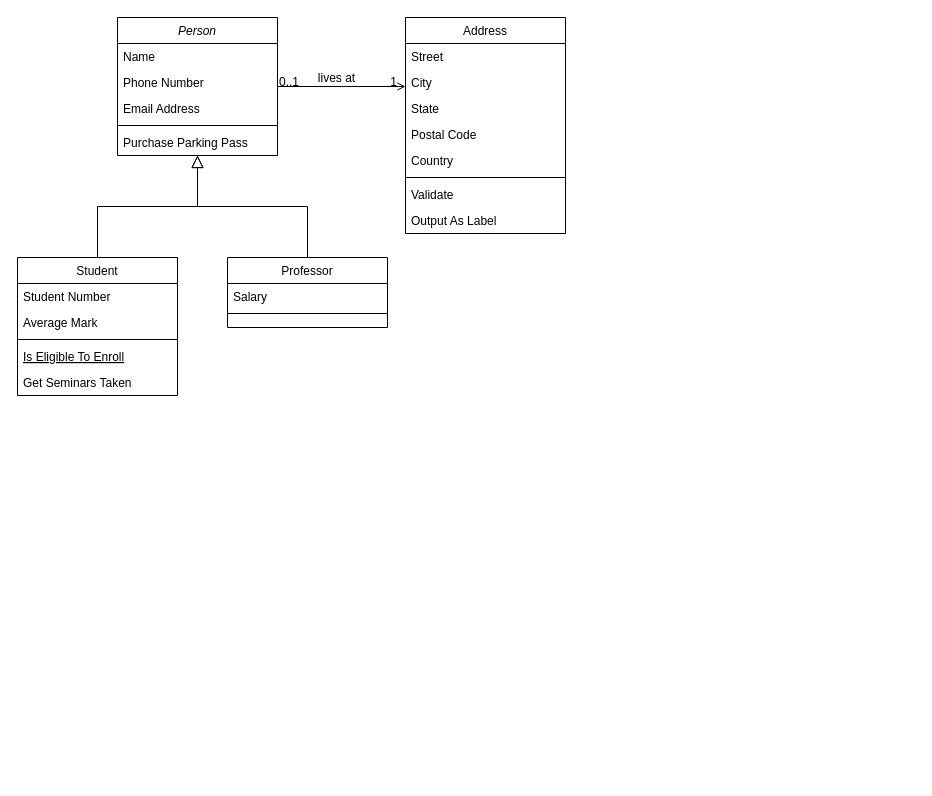
Above: 11_diagram.drawio in zenfgm/Patterns (draw.io), before the change. Source tidied: cells renumbered, new cells numbered last; positions are measured from the earlier drawing's top-left corner, leaving out a move shared by most shapes. Both pictures are drawn from the tidied source at 100%, with x=0, y=0 at pixel (17, 17).
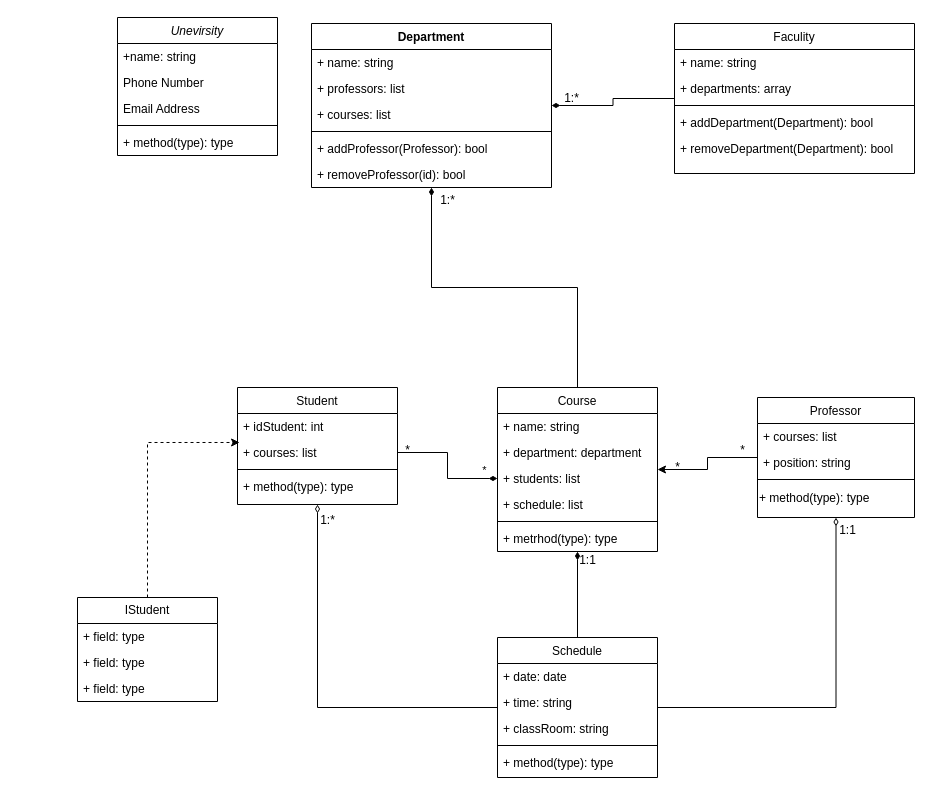
After the change.

Change to the diagram source:
```diff
@@
-    <mxCell id="2" value="Person" style="swimlane;fontStyle=2;align=center;verticalAlign=top;horizontal=1;startSize=26;rounded=0;shadow=0;strokeWidth=1;" parent="1" vertex="1">
+    <mxCell id="2" value="Unevirsity" style="swimlane;fontStyle=2;align=center;verticalAlign=top;horizontal=1;startSize=26;rounded=0;shadow=0;strokeWidth=1;" parent="1" vertex="1">
       <mxGeometry x="100" width="160" height="138" as="geometry" />
     </mxCell>
-    <mxCell id="3" value="Name" style="text;align=left;verticalAlign=top;spacingLeft=4;spacingRight=4;overflow=hidden;" parent="2" vertex="1">
+    <mxCell id="3" value="+name: string" style="text;align=left;verticalAlign=top;spacingLeft=4;spacingRight=4;overflow=hidden;" parent="2" vertex="1">
       <mxGeometry y="26" width="160" height="26" as="geometry" />
     </mxCell>
@@
-    <mxCell id="7" value="Purchase Parking Pass" style="text;align=left;verticalAlign=top;spacingLeft=4;spacingRight=4;overflow=hidden;" parent="2" vertex="1">
+    <mxCell id="7" value="+ method(type): type" style="text;align=left;verticalAlign=top;spacingLeft=4;spacingRight=4;overflow=hidden;" parent="2" vertex="1">
       <mxGeometry y="112" width="160" height="26" as="geometry" />
     </mxCell>
     <mxCell id="8" value="Student" style="swimlane;fontStyle=0;align=center;verticalAlign=top;horizontal=1;startSize=26;rounded=0;shadow=0;strokeWidth=1;" parent="1" vertex="1">
-      <mxGeometry y="240" width="160" height="138" as="geometry" />
+      <mxGeometry x="220" y="370" width="160" height="117" as="geometry" />
     </mxCell>
-    <mxCell id="9" value="Student Number" style="text;align=left;verticalAlign=top;spacingLeft=4;spacingRight=4;overflow=hidden;" parent="8" vertex="1">
+    <mxCell id="9" value="+ idStudent: int" style="text;align=left;verticalAlign=top;spacingLeft=4;spacingRight=4;overflow=hidden;" parent="8" vertex="1">
       <mxGeometry y="26" width="160" height="26" as="geometry" />
     </mxCell>
-    <mxCell id="10" value="Average Mark" style="text;align=left;verticalAlign=top;spacingLeft=4;spacingRight=4;overflow=hidden;points=[[0,0.5],[1,0.5]];portConstraint=eastwest;rounded=0;shadow=0;html=0;" parent="8" vertex="1">
+    <mxCell id="10" value="+ courses: list" style="text;align=left;verticalAlign=top;spacingLeft=4;spacingRight=4;overflow=hidden;points=[[0,0.5],[1,0.5]];portConstraint=eastwest;rounded=0;shadow=0;html=0;" parent="8" vertex="1">
       <mxGeometry y="52" width="160" height="26" as="geometry" />
     </mxCell>
@@
-    <mxCell id="12" value="Is Eligible To Enroll" style="text;align=left;verticalAlign=top;spacingLeft=4;spacingRight=4;overflow=hidden;fontStyle=4;" parent="8" vertex="1">
-      <mxGeometry y="86" width="160" height="26" as="geometry" />
-    </mxCell>
-    <mxCell id="13" value="Get Seminars Taken" style="text;align=left;verticalAlign=top;spacingLeft=4;spacingRight=4;overflow=hidden;" parent="8" vertex="1">
-      <mxGeometry y="112" width="160" height="26" as="geometry" />
+    <mxCell id="13" value="+ method(type): type" style="text;align=left;verticalAlign=top;spacingLeft=4;spacingRight=4;overflow=hidden;" parent="8" vertex="1">
+      <mxGeometry y="86" width="160" height="26" as="geometry" />
     </mxCell>
-    <mxCell id="14" style="endArrow=block;endSize=10;endFill=0;shadow=0;strokeWidth=1;rounded=0;curved=0;edgeStyle=elbowEdgeStyle;elbow=vertical;" parent="1" edge="1" source="8" target="2">
-      <mxGeometry relative="1" as="geometry" />
-    </mxCell>
+    <mxCell id="32" style="edgeStyle=orthogonalEdgeStyle;rounded=0;jettySize=auto;html=1;endArrow=diamondThin;endFill=0;" parent="1" edge="1" source="35" target="15">
+      <mxGeometry relative="1" as="geometry" />
+    </mxCell>
+    <mxCell id="33" style="edgeStyle=orthogonalEdgeStyle;rounded=0;jettySize=auto;html=1;endArrow=diamondThin;endFill=1;" parent="1" edge="1" source="35" target="54">
+      <mxGeometry relative="1" as="geometry" />
+    </mxCell>
+    <mxCell id="34" style="edgeStyle=orthogonalEdgeStyle;rounded=0;jettySize=auto;html=1;endArrow=diamondThin;endFill=0;" parent="1" edge="1" source="35" target="8">
+      <mxGeometry relative="1" as="geometry" />
+    </mxCell>
+    <mxCell id="35" value="Schedule" style="swimlane;fontStyle=0;align=center;verticalAlign=top;horizontal=1;startSize=26;rounded=0;shadow=0;strokeWidth=1;" parent="1" vertex="1">
+      <mxGeometry x="480" y="620" width="160" height="140" as="geometry" />
+    </mxCell>
+    <mxCell id="36" value="+ date: date" style="text;align=left;verticalAlign=top;spacingLeft=4;spacingRight=4;overflow=hidden;" parent="35" vertex="1">
+      <mxGeometry y="26" width="160" height="26" as="geometry" />
+    </mxCell>
+    <mxCell id="37" value="+ time: string" style="text;align=left;verticalAlign=top;spacingLeft=4;spacingRight=4;overflow=hidden;rounded=0;shadow=0;html=0;" parent="35" vertex="1">
+      <mxGeometry y="52" width="160" height="26" as="geometry" />
+    </mxCell>
+    <mxCell id="38" value="+ classRoom: string" style="text;align=left;verticalAlign=top;spacingLeft=4;spacingRight=4;overflow=hidden;rounded=0;shadow=0;html=0;" parent="35" vertex="1">
+      <mxGeometry y="78" width="160" height="26" as="geometry" />
+    </mxCell>
+    <mxCell id="39" style="line;html=1;strokeWidth=1;align=left;verticalAlign=middle;spacingTop=-1;spacingLeft=3;spacingRight=3;labelPosition=right;" parent="35" vertex="1">
+      <mxGeometry y="104" width="160" height="8" as="geometry" />
+    </mxCell>
+    <mxCell id="40" value="+ method(type): type" style="text;align=left;verticalAlign=top;spacingLeft=4;spacingRight=4;overflow=hidden;" parent="35" vertex="1">
+      <mxGeometry y="112" width="160" height="26" as="geometry" />
+    </mxCell>
+    <mxCell id="41" style="edgeStyle=orthogonalEdgeStyle;rounded=0;jettySize=auto;html=1;" parent="1" edge="1" source="15" target="54">
+      <mxGeometry relative="1" as="geometry" />
+    </mxCell>
     <mxCell id="15" value="Professor" style="swimlane;fontStyle=0;align=center;verticalAlign=top;horizontal=1;startSize=26;rounded=0;shadow=0;strokeWidth=1;" parent="1" vertex="1">
-      <mxGeometry x="210" y="240" width="160" height="70" as="geometry" />
+      <mxGeometry x="740" y="380" width="157" height="120" as="geometry" />
     </mxCell>
-    <mxCell id="16" value="Salary" style="text;align=left;verticalAlign=top;spacingLeft=4;spacingRight=4;overflow=hidden;" parent="15" vertex="1">
-      <mxGeometry y="26" width="160" height="26" as="geometry" />
+    <mxCell id="16" value="+ courses: list" style="text;align=left;verticalAlign=top;spacingLeft=4;spacingRight=4;overflow=hidden;" parent="15" vertex="1">
+      <mxGeometry y="26" width="157" height="26" as="geometry" />
     </mxCell>
+    <mxCell id="42" value="+ position: string" style="text;align=left;verticalAlign=top;spacingLeft=4;spacingRight=4;overflow=hidden;" parent="15" vertex="1">
+      <mxGeometry y="52" width="157" height="26" as="geometry" />
+    </mxCell>
     <mxCell id="17" style="line;html=1;strokeWidth=1;align=left;verticalAlign=middle;spacingTop=-1;spacingLeft=3;spacingRight=3;labelPosition=right;" parent="15" vertex="1">
-      <mxGeometry y="52" width="160" height="8" as="geometry" />
+      <mxGeometry y="78" width="157" height="8" as="geometry" />
     </mxCell>
-    <mxCell id="18" style="endArrow=block;endSize=10;endFill=0;shadow=0;strokeWidth=1;rounded=0;curved=0;edgeStyle=elbowEdgeStyle;elbow=vertical;" parent="1" edge="1" source="15" target="2">
-      <mxGeometry relative="1" as="geometry" />
-    </mxCell>
+    <mxCell id="43" value="+ method(type): type" style="text;html=1;align=left;verticalAlign=middle;strokeColor=none;fillColor=none;" parent="15" vertex="1">
+      <mxGeometry y="86" width="157" height="30" as="geometry" />
+    </mxCell>
+    <mxCell id="44" style="edgeStyle=orthogonalEdgeStyle;rounded=0;jettySize=auto;html=1;endArrow=diamondThin;endFill=1;" parent="1" edge="1" source="19" target="46">
+      <mxGeometry relative="1" as="geometry" />
+    </mxCell>
-    <mxCell id="19" value="Address" style="swimlane;fontStyle=0;align=center;verticalAlign=top;horizontal=1;startSize=26;rounded=0;shadow=0;strokeWidth=1;" parent="1" vertex="1">
-      <mxGeometry x="388" width="160" height="216" as="geometry" />
+    <mxCell id="19" value="Faculity" style="swimlane;fontStyle=0;align=center;verticalAlign=top;horizontal=1;startSize=26;rounded=0;shadow=0;strokeWidth=1;" parent="1" vertex="1">
+      <mxGeometry x="657" y="6" width="240" height="150" as="geometry" />
     </mxCell>
-    <mxCell id="20" value="Street" style="text;align=left;verticalAlign=top;spacingLeft=4;spacingRight=4;overflow=hidden;" parent="19" vertex="1">
-      <mxGeometry y="26" width="160" height="26" as="geometry" />
+    <mxCell id="20" value="+ name: string" style="text;align=left;verticalAlign=top;spacingLeft=4;spacingRight=4;overflow=hidden;" parent="19" vertex="1">
+      <mxGeometry y="26" width="240" height="26" as="geometry" />
     </mxCell>
-    <mxCell id="21" value="City" style="text;align=left;verticalAlign=top;spacingLeft=4;spacingRight=4;overflow=hidden;rounded=0;shadow=0;html=0;" parent="19" vertex="1">
-      <mxGeometry y="52" width="160" height="26" as="geometry" />
-    </mxCell>
-    <mxCell id="22" value="State" style="text;align=left;verticalAlign=top;spacingLeft=4;spacingRight=4;overflow=hidden;rounded=0;shadow=0;html=0;" parent="19" vertex="1">
-      <mxGeometry y="78" width="160" height="26" as="geometry" />
-    </mxCell>
-    <mxCell id="23" value="Postal Code" style="text;align=left;verticalAlign=top;spacingLeft=4;spacingRight=4;overflow=hidden;rounded=0;shadow=0;html=0;" parent="19" vertex="1">
-      <mxGeometry y="104" width="160" height="26" as="geometry" />
+    <mxCell id="23" value="+ departments: array" style="text;align=left;verticalAlign=top;spacingLeft=4;spacingRight=4;overflow=hidden;rounded=0;shadow=0;html=0;" parent="19" vertex="1">
+      <mxGeometry y="52" width="240" height="26" as="geometry" />
     </mxCell>
-    <mxCell id="24" value="Country" style="text;align=left;verticalAlign=top;spacingLeft=4;spacingRight=4;overflow=hidden;rounded=0;shadow=0;html=0;" parent="19" vertex="1">
-      <mxGeometry y="130" width="160" height="26" as="geometry" />
-    </mxCell>
     <mxCell id="25" style="line;html=1;strokeWidth=1;align=left;verticalAlign=middle;spacingTop=-1;spacingLeft=3;spacingRight=3;labelPosition=right;" parent="19" vertex="1">
-      <mxGeometry y="156" width="160" height="8" as="geometry" />
+      <mxGeometry y="78" width="240" height="8" as="geometry" />
     </mxCell>
-    <mxCell id="26" value="Validate" style="text;align=left;verticalAlign=top;spacingLeft=4;spacingRight=4;overflow=hidden;" parent="19" vertex="1">
-      <mxGeometry y="164" width="160" height="26" as="geometry" />
+    <mxCell id="26" value="+ addDepartment(Department): bool&#10;" style="text;align=left;verticalAlign=top;spacingLeft=4;spacingRight=4;overflow=hidden;" parent="19" vertex="1">
+      <mxGeometry y="86" width="240" height="26" as="geometry" />
     </mxCell>
-    <mxCell id="27" value="Output As Label" style="text;align=left;verticalAlign=top;spacingLeft=4;spacingRight=4;overflow=hidden;" parent="19" vertex="1">
-      <mxGeometry y="190" width="160" height="26" as="geometry" />
-    </mxCell>
-    <mxCell id="28" style="endArrow=open;shadow=0;strokeWidth=1;rounded=0;curved=0;endFill=1;edgeStyle=elbowEdgeStyle;elbow=vertical;" parent="1" edge="1" source="2" target="19">
-      <mxGeometry x="0.5" y="41" relative="1" as="geometry">
-        <mxPoint x="-40" y="32" as="offset" />
-      </mxGeometry>
-    </mxCell>
-    <mxCell id="29" value="0..1" style="align=left;verticalAlign=bottom;labelBackgroundColor=none;fontSize=12;" parent="28" vertex="1">
-      <mxGeometry x="-1" relative="1" as="geometry">
-        <mxPoint y="4" as="offset" />
-      </mxGeometry>
-    </mxCell>
-    <mxCell id="30" value="1" style="align=right;verticalAlign=bottom;labelBackgroundColor=none;fontSize=12;" parent="28" vertex="1">
-      <mxGeometry x="1" relative="1" as="geometry">
-        <mxPoint x="-7" y="4" as="offset" />
-      </mxGeometry>
-    </mxCell>
-    <mxCell id="31" value="lives at" style="text;html=1;align=center;verticalAlign=middle;labelBackgroundColor=none;rounded=0;shadow=0;strokeWidth=1;fontSize=12;" parent="28" vertex="1">
-      <mxGeometry x="0.5" y="49" relative="1" as="geometry">
-        <mxPoint x="-38" y="40" as="offset" />
-      </mxGeometry>
-    </mxCell>
+    <mxCell id="45" value="+ removeDepartment(Department): bool" style="text;align=left;verticalAlign=top;spacingLeft=4;spacingRight=4;overflow=hidden;" parent="19" vertex="1">
+      <mxGeometry y="112" width="240" height="26" as="geometry" />
+    </mxCell>
+    <mxCell id="46" value="Department" style="swimlane;fontStyle=1;align=center;verticalAlign=top;horizontal=1;startSize=26;whiteSpace=wrap;html=1;" parent="1" vertex="1">
+      <mxGeometry x="294" y="6" width="240" height="164" as="geometry" />
+    </mxCell>
+    <mxCell id="47" value="+ name: string" style="text;strokeColor=none;fillColor=none;align=left;verticalAlign=top;spacingLeft=4;spacingRight=4;overflow=hidden;whiteSpace=wrap;html=1;" parent="46" vertex="1">
+      <mxGeometry y="26" width="240" height="26" as="geometry" />
+    </mxCell>
+    <mxCell id="48" value="+ professors: list" style="text;strokeColor=none;fillColor=none;align=left;verticalAlign=top;spacingLeft=4;spacingRight=4;overflow=hidden;whiteSpace=wrap;html=1;" parent="46" vertex="1">
+      <mxGeometry y="52" width="240" height="26" as="geometry" />
+    </mxCell>
+    <mxCell id="49" value="+ courses: list" style="text;strokeColor=none;fillColor=none;align=left;verticalAlign=top;spacingLeft=4;spacingRight=4;overflow=hidden;whiteSpace=wrap;html=1;" parent="46" vertex="1">
+      <mxGeometry y="78" width="240" height="26" as="geometry" />
+    </mxCell>
+    <mxCell id="50" style="line;strokeWidth=1;fillColor=none;align=left;verticalAlign=middle;spacingTop=-1;spacingLeft=3;spacingRight=3;labelPosition=right;strokeColor=inherit;" parent="46" vertex="1">
+      <mxGeometry y="104" width="240" height="8" as="geometry" />
+    </mxCell>
+    <mxCell id="51" value="+ addProfessor(Professor): bool" style="text;strokeColor=none;fillColor=none;align=left;verticalAlign=top;spacingLeft=4;spacingRight=4;overflow=hidden;whiteSpace=wrap;html=1;" parent="46" vertex="1">
+      <mxGeometry y="112" width="240" height="26" as="geometry" />
+    </mxCell>
+    <mxCell id="52" value="+ removeProfessor(id): bool" style="text;strokeColor=none;fillColor=none;align=left;verticalAlign=top;spacingLeft=4;spacingRight=4;overflow=hidden;whiteSpace=wrap;html=1;" parent="46" vertex="1">
+      <mxGeometry y="138" width="240" height="26" as="geometry" />
+    </mxCell>
+    <mxCell id="53" style="edgeStyle=orthogonalEdgeStyle;rounded=0;jettySize=auto;html=1;endArrow=diamondThin;endFill=1;" parent="1" edge="1" source="54" target="46">
+      <mxGeometry relative="1" as="geometry" />
+    </mxCell>
+    <mxCell id="54" value="Course" style="swimlane;fontStyle=0;align=center;verticalAlign=top;horizontal=1;startSize=26;rounded=0;shadow=0;strokeWidth=1;" parent="1" vertex="1">
+      <mxGeometry x="480" y="370" width="160" height="164" as="geometry" />
+    </mxCell>
+    <mxCell id="55" value="+ name: string" style="text;align=left;verticalAlign=top;spacingLeft=4;spacingRight=4;overflow=hidden;" parent="54" vertex="1">
+      <mxGeometry y="26" width="160" height="26" as="geometry" />
+    </mxCell>
+    <mxCell id="56" value="+ department: department" style="text;align=left;verticalAlign=top;spacingLeft=4;spacingRight=4;overflow=hidden;rounded=0;shadow=0;html=0;" parent="54" vertex="1">
+      <mxGeometry y="52" width="160" height="26" as="geometry" />
+    </mxCell>
+    <mxCell id="57" value="+ students: list" style="text;align=left;verticalAlign=top;spacingLeft=4;spacingRight=4;overflow=hidden;points=[[0,0.5],[1,0.5]];portConstraint=eastwest;rounded=0;shadow=0;html=0;" parent="54" vertex="1">
+      <mxGeometry y="78" width="160" height="26" as="geometry" />
+    </mxCell>
+    <mxCell id="58" value="+ schedule: list" style="text;align=left;verticalAlign=top;spacingLeft=4;spacingRight=4;overflow=hidden;rounded=0;shadow=0;html=0;" parent="54" vertex="1">
+      <mxGeometry y="104" width="160" height="26" as="geometry" />
+    </mxCell>
+    <mxCell id="59" style="line;html=1;strokeWidth=1;align=left;verticalAlign=middle;spacingTop=-1;spacingLeft=3;spacingRight=3;labelPosition=right;" parent="54" vertex="1">
+      <mxGeometry y="130" width="160" height="8" as="geometry" />
+    </mxCell>
+    <mxCell id="60" value="+ metrhod(type): type" style="text;align=left;verticalAlign=top;spacingLeft=4;spacingRight=4;overflow=hidden;" parent="54" vertex="1">
+      <mxGeometry y="138" width="160" height="26" as="geometry" />
+    </mxCell>
+    <mxCell id="61" style="edgeStyle=orthogonalEdgeStyle;rounded=0;jettySize=auto;html=1;endArrow=diamondThin;endFill=1;" parent="1" edge="1" source="10" target="57">
+      <mxGeometry relative="1" as="geometry" />
+    </mxCell>
+    <mxCell id="62" value="*" style="edgeLabel;html=1;align=center;verticalAlign=middle;" parent="61" vertex="1">
+      <mxGeometry x="0.78" y="2" relative="1" as="geometry">
+        <mxPoint y="-7" as="offset" />
+      </mxGeometry>
+    </mxCell>
+    <mxCell id="63" value="*" style="text;html=1;align=center;verticalAlign=middle;strokeColor=none;fillColor=none;" parent="1" vertex="1">
+      <mxGeometry x="375" y="418" width="30" height="30" as="geometry" />
+    </mxCell>
+    <mxCell id="64" value="*" style="text;html=1;align=center;verticalAlign=middle;strokeColor=none;fillColor=none;" parent="1" vertex="1">
+      <mxGeometry x="645" y="435" width="30" height="30" as="geometry" />
+    </mxCell>
+    <mxCell id="65" value="*" style="text;html=1;align=center;verticalAlign=middle;strokeColor=none;fillColor=none;" parent="1" vertex="1">
+      <mxGeometry x="710" y="418" width="30" height="30" as="geometry" />
+    </mxCell>
+    <mxCell id="66" value="1:*" style="text;html=1;align=center;verticalAlign=middle;strokeColor=none;fillColor=none;" parent="1" vertex="1">
+      <mxGeometry x="534" y="66" width="40" height="30" as="geometry" />
+    </mxCell>
+    <mxCell id="67" value="1:*" style="text;html=1;align=center;verticalAlign=middle;strokeColor=none;fillColor=none;" parent="1" vertex="1">
+      <mxGeometry x="410" y="168" width="40" height="30" as="geometry" />
+    </mxCell>
+    <mxCell id="68" value="1:1" style="text;html=1;align=center;verticalAlign=middle;strokeColor=none;fillColor=none;" parent="1" vertex="1">
+      <mxGeometry x="550" y="528" width="40" height="30" as="geometry" />
+    </mxCell>
+    <mxCell id="69" value="1:1" style="text;html=1;align=center;verticalAlign=middle;strokeColor=none;fillColor=none;" parent="1" vertex="1">
+      <mxGeometry x="810" y="498" width="40" height="30" as="geometry" />
+    </mxCell>
+    <mxCell id="70" value="1:*" style="text;html=1;align=center;verticalAlign=middle;strokeColor=none;fillColor=none;" parent="1" vertex="1">
+      <mxGeometry x="290" y="488" width="40" height="30" as="geometry" />
+    </mxCell>
+    <mxCell id="71" value="IStudent" style="swimlane;fontStyle=0;horizontal=1;startSize=26;fillColor=none;whiteSpace=wrap;html=1;" parent="1" vertex="1">
+      <mxGeometry x="60" y="580" width="140" height="104" as="geometry" />
+    </mxCell>
+    <mxCell id="72" value="+ field: type" style="text;strokeColor=none;fillColor=none;align=left;verticalAlign=top;spacingLeft=4;spacingRight=4;overflow=hidden;whiteSpace=wrap;html=1;" parent="71" vertex="1">
+      <mxGeometry y="26" width="140" height="26" as="geometry" />
+    </mxCell>
+    <mxCell id="73" value="+ field: type" style="text;strokeColor=none;fillColor=none;align=left;verticalAlign=top;spacingLeft=4;spacingRight=4;overflow=hidden;whiteSpace=wrap;html=1;" parent="71" vertex="1">
+      <mxGeometry y="52" width="140" height="26" as="geometry" />
+    </mxCell>
+    <mxCell id="74" value="+ field: type" style="text;strokeColor=none;fillColor=none;align=left;verticalAlign=top;spacingLeft=4;spacingRight=4;overflow=hidden;whiteSpace=wrap;html=1;" parent="71" vertex="1">
+      <mxGeometry y="78" width="140" height="26" as="geometry" />
+    </mxCell>
+    <mxCell id="75" style="edgeStyle=orthogonalEdgeStyle;rounded=0;jettySize=auto;html=1;entryX=0.013;entryY=0.115;entryDx=0;entryDy=0;entryPerimeter=0;dashed=1;" parent="1" edge="1" source="71" target="10">
+      <mxGeometry relative="1" as="geometry" />
+    </mxCell>
```
